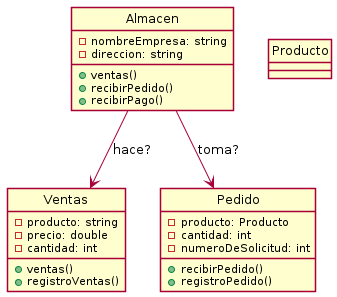
The PlantUML diagram out/Trabajo_en_grupo/latercera.png in emiestevarena/Integrador2, before a commit.
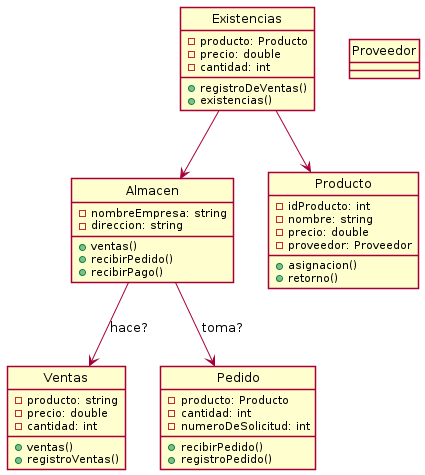
Above is the later version.

Commit message:
existencias y productos

Diff of the diagram source:
```diff
@@ -26,7 +26,27 @@
     +registroPedido()
 }
 
-class Producto{}
+class Existencias{
+    -producto: Producto
+    -precio: double
+    -cantidad: int
+    +registroDeVentas()
+    +existencias()
+}
+
+class Producto{
+    -idProducto: int
+    -nombre: string
+    -precio: double
+    -proveedor: Proveedor
+    +asignacion()
+    +retorno()
+}
+
+class Proveedor{}
+
 Almacen-->Ventas: hace?
 Almacen-->Pedido: toma?
+Existencias-->Almacen
+Existencias-->Producto
 @enduml
```
